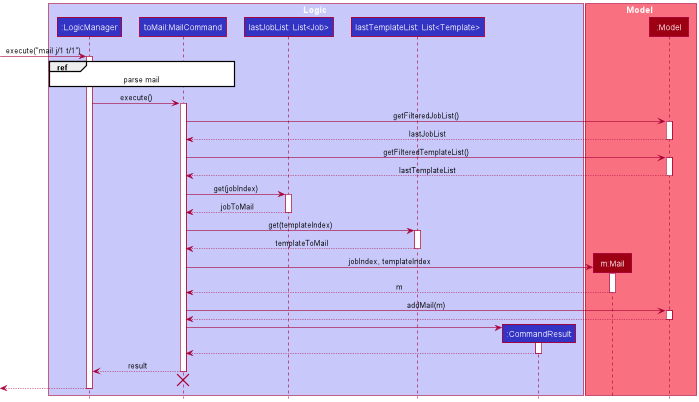
Above: docs/images/mail/MailSequenceDiagram.png in ooawagaeri/tp (PlantUML), before the change.
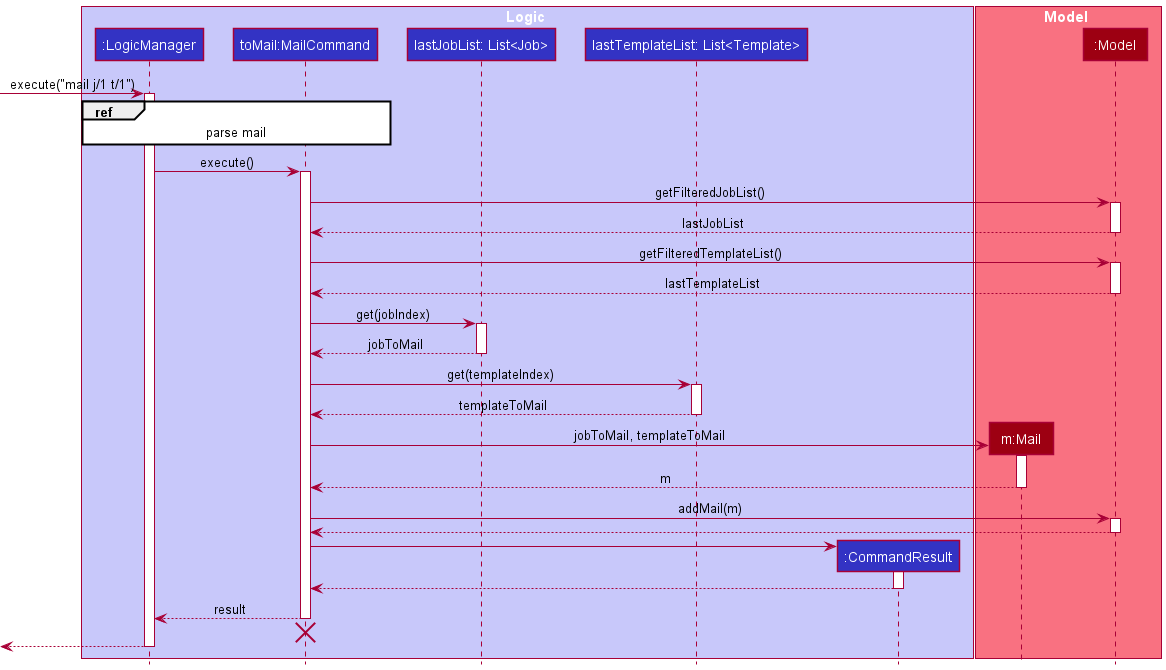
Later version of the same file.

Diff of the diagram source:
```diff
@@ -44,7 +44,7 @@
 deactivate ListTemplate
 
 create Mail
-MailCommand -> Mail : jobIndex, templateIndex
+MailCommand -> Mail : jobToMail, templateToMail
 activate Mail
 Mail --> MailCommand : m
 deactivate Mail
```
